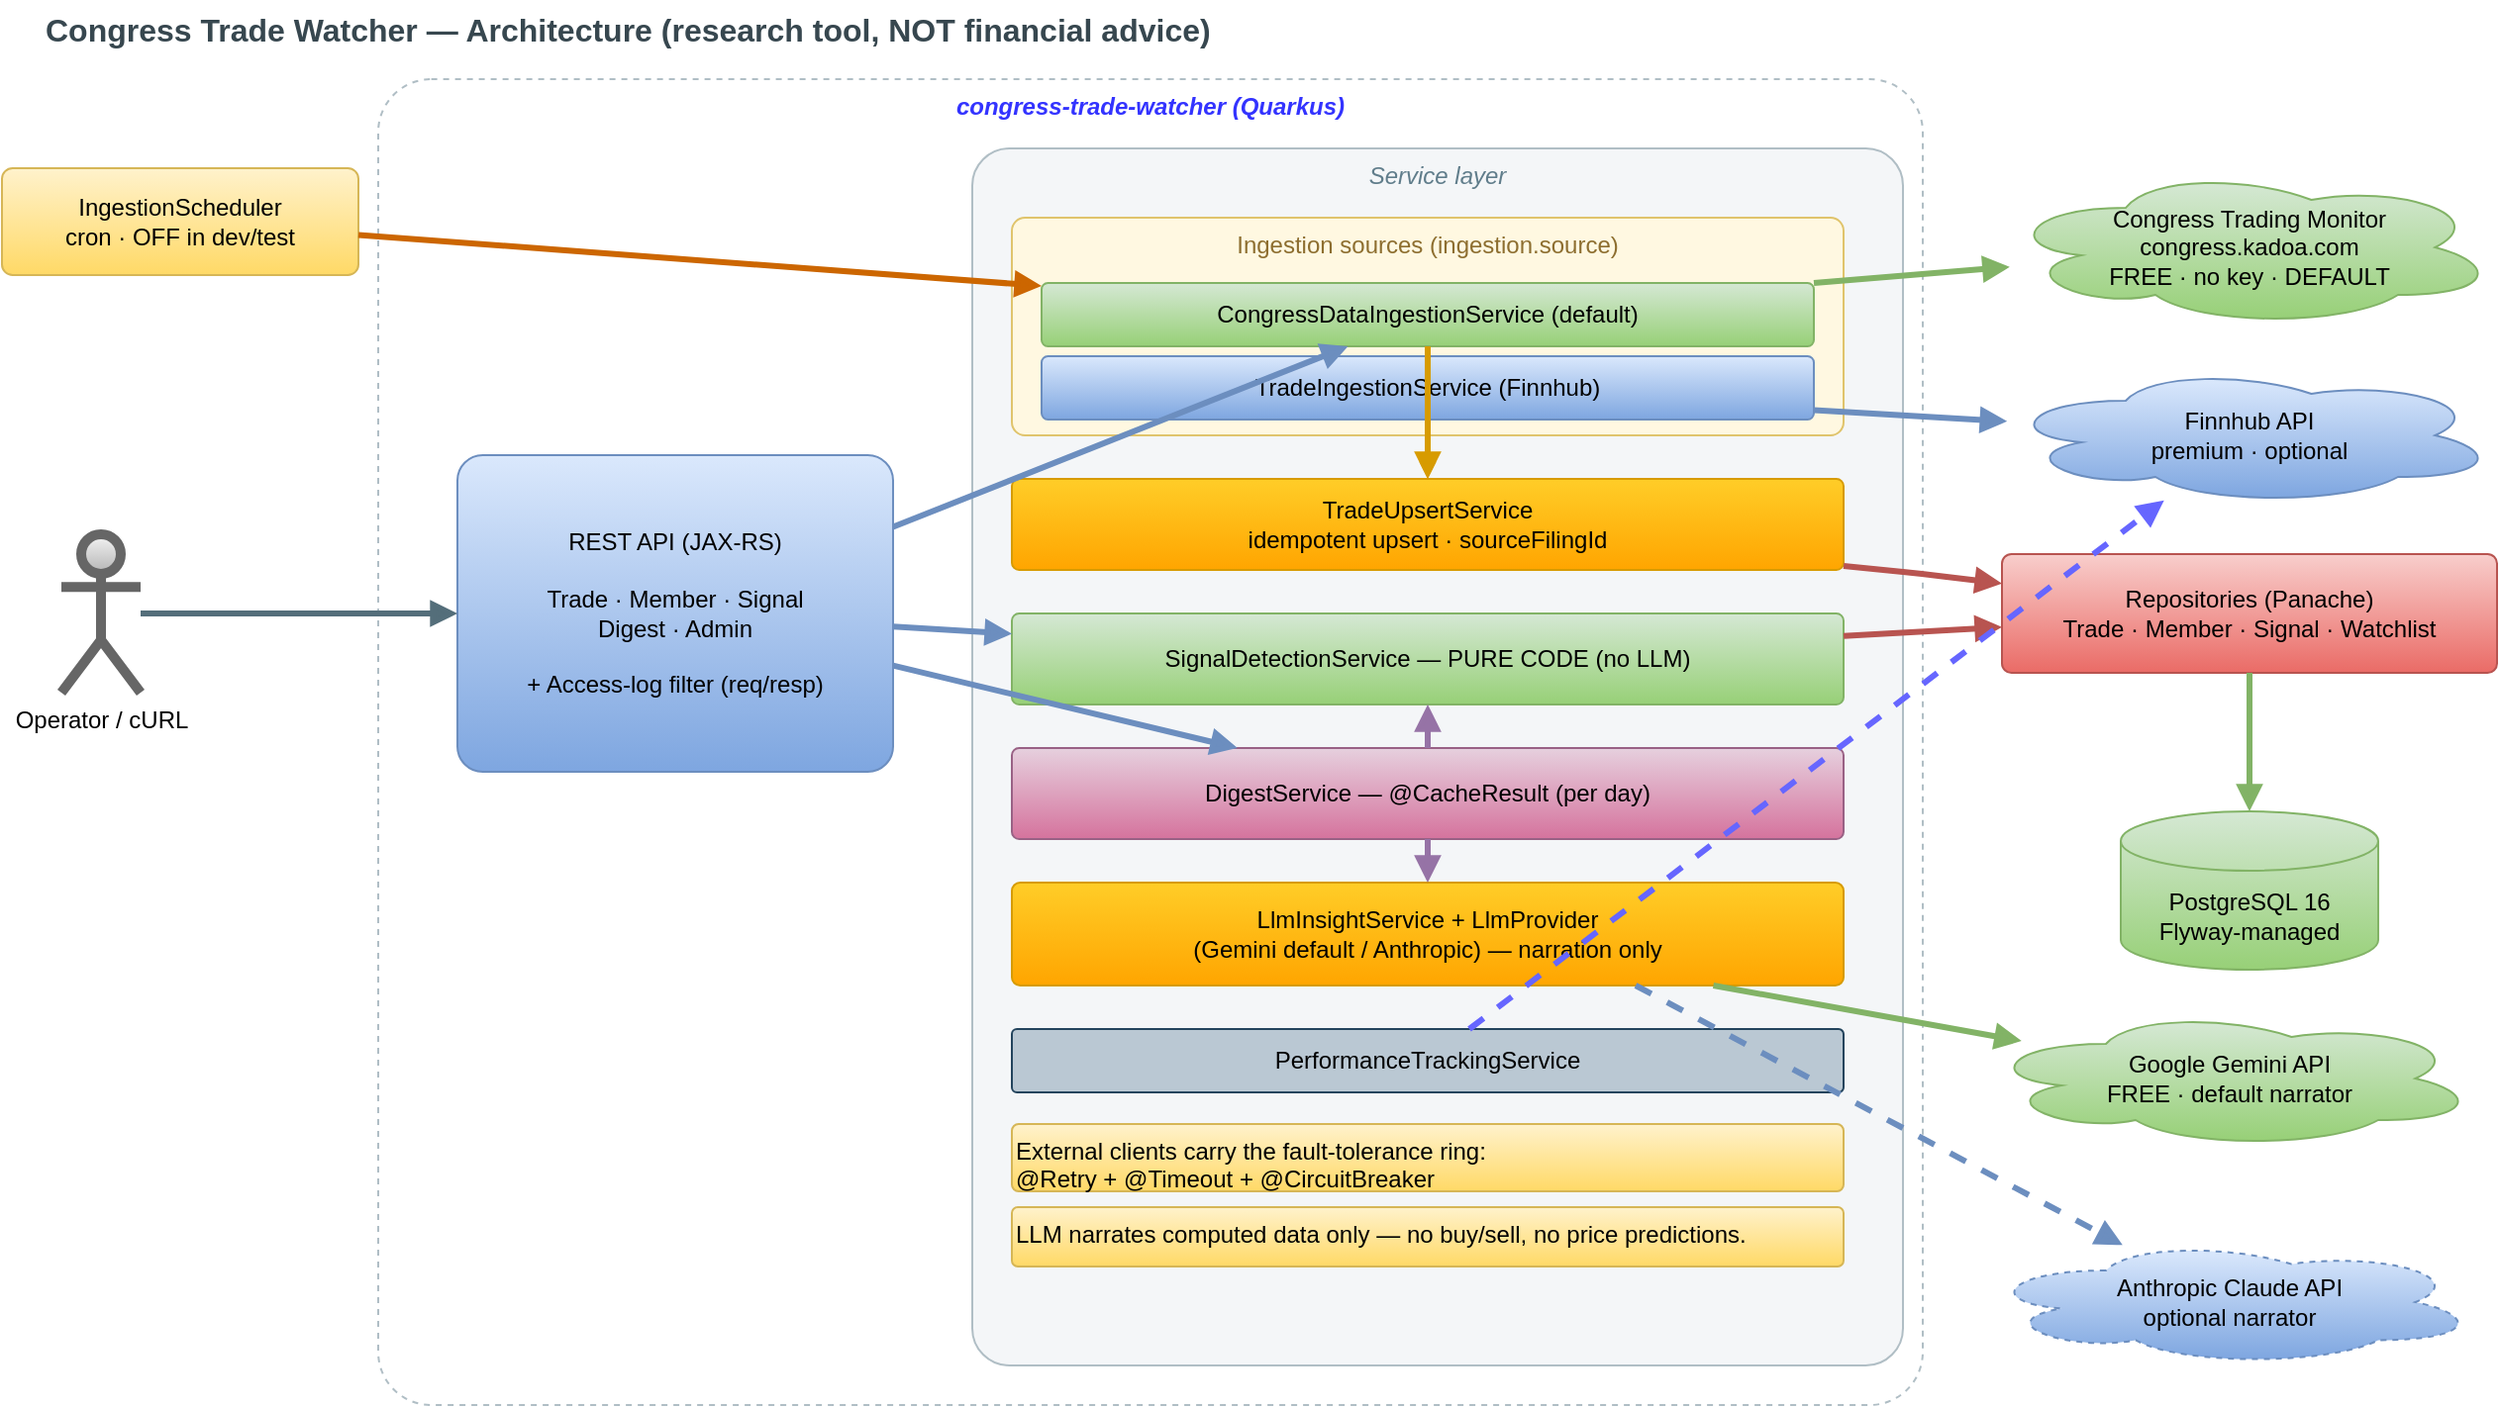
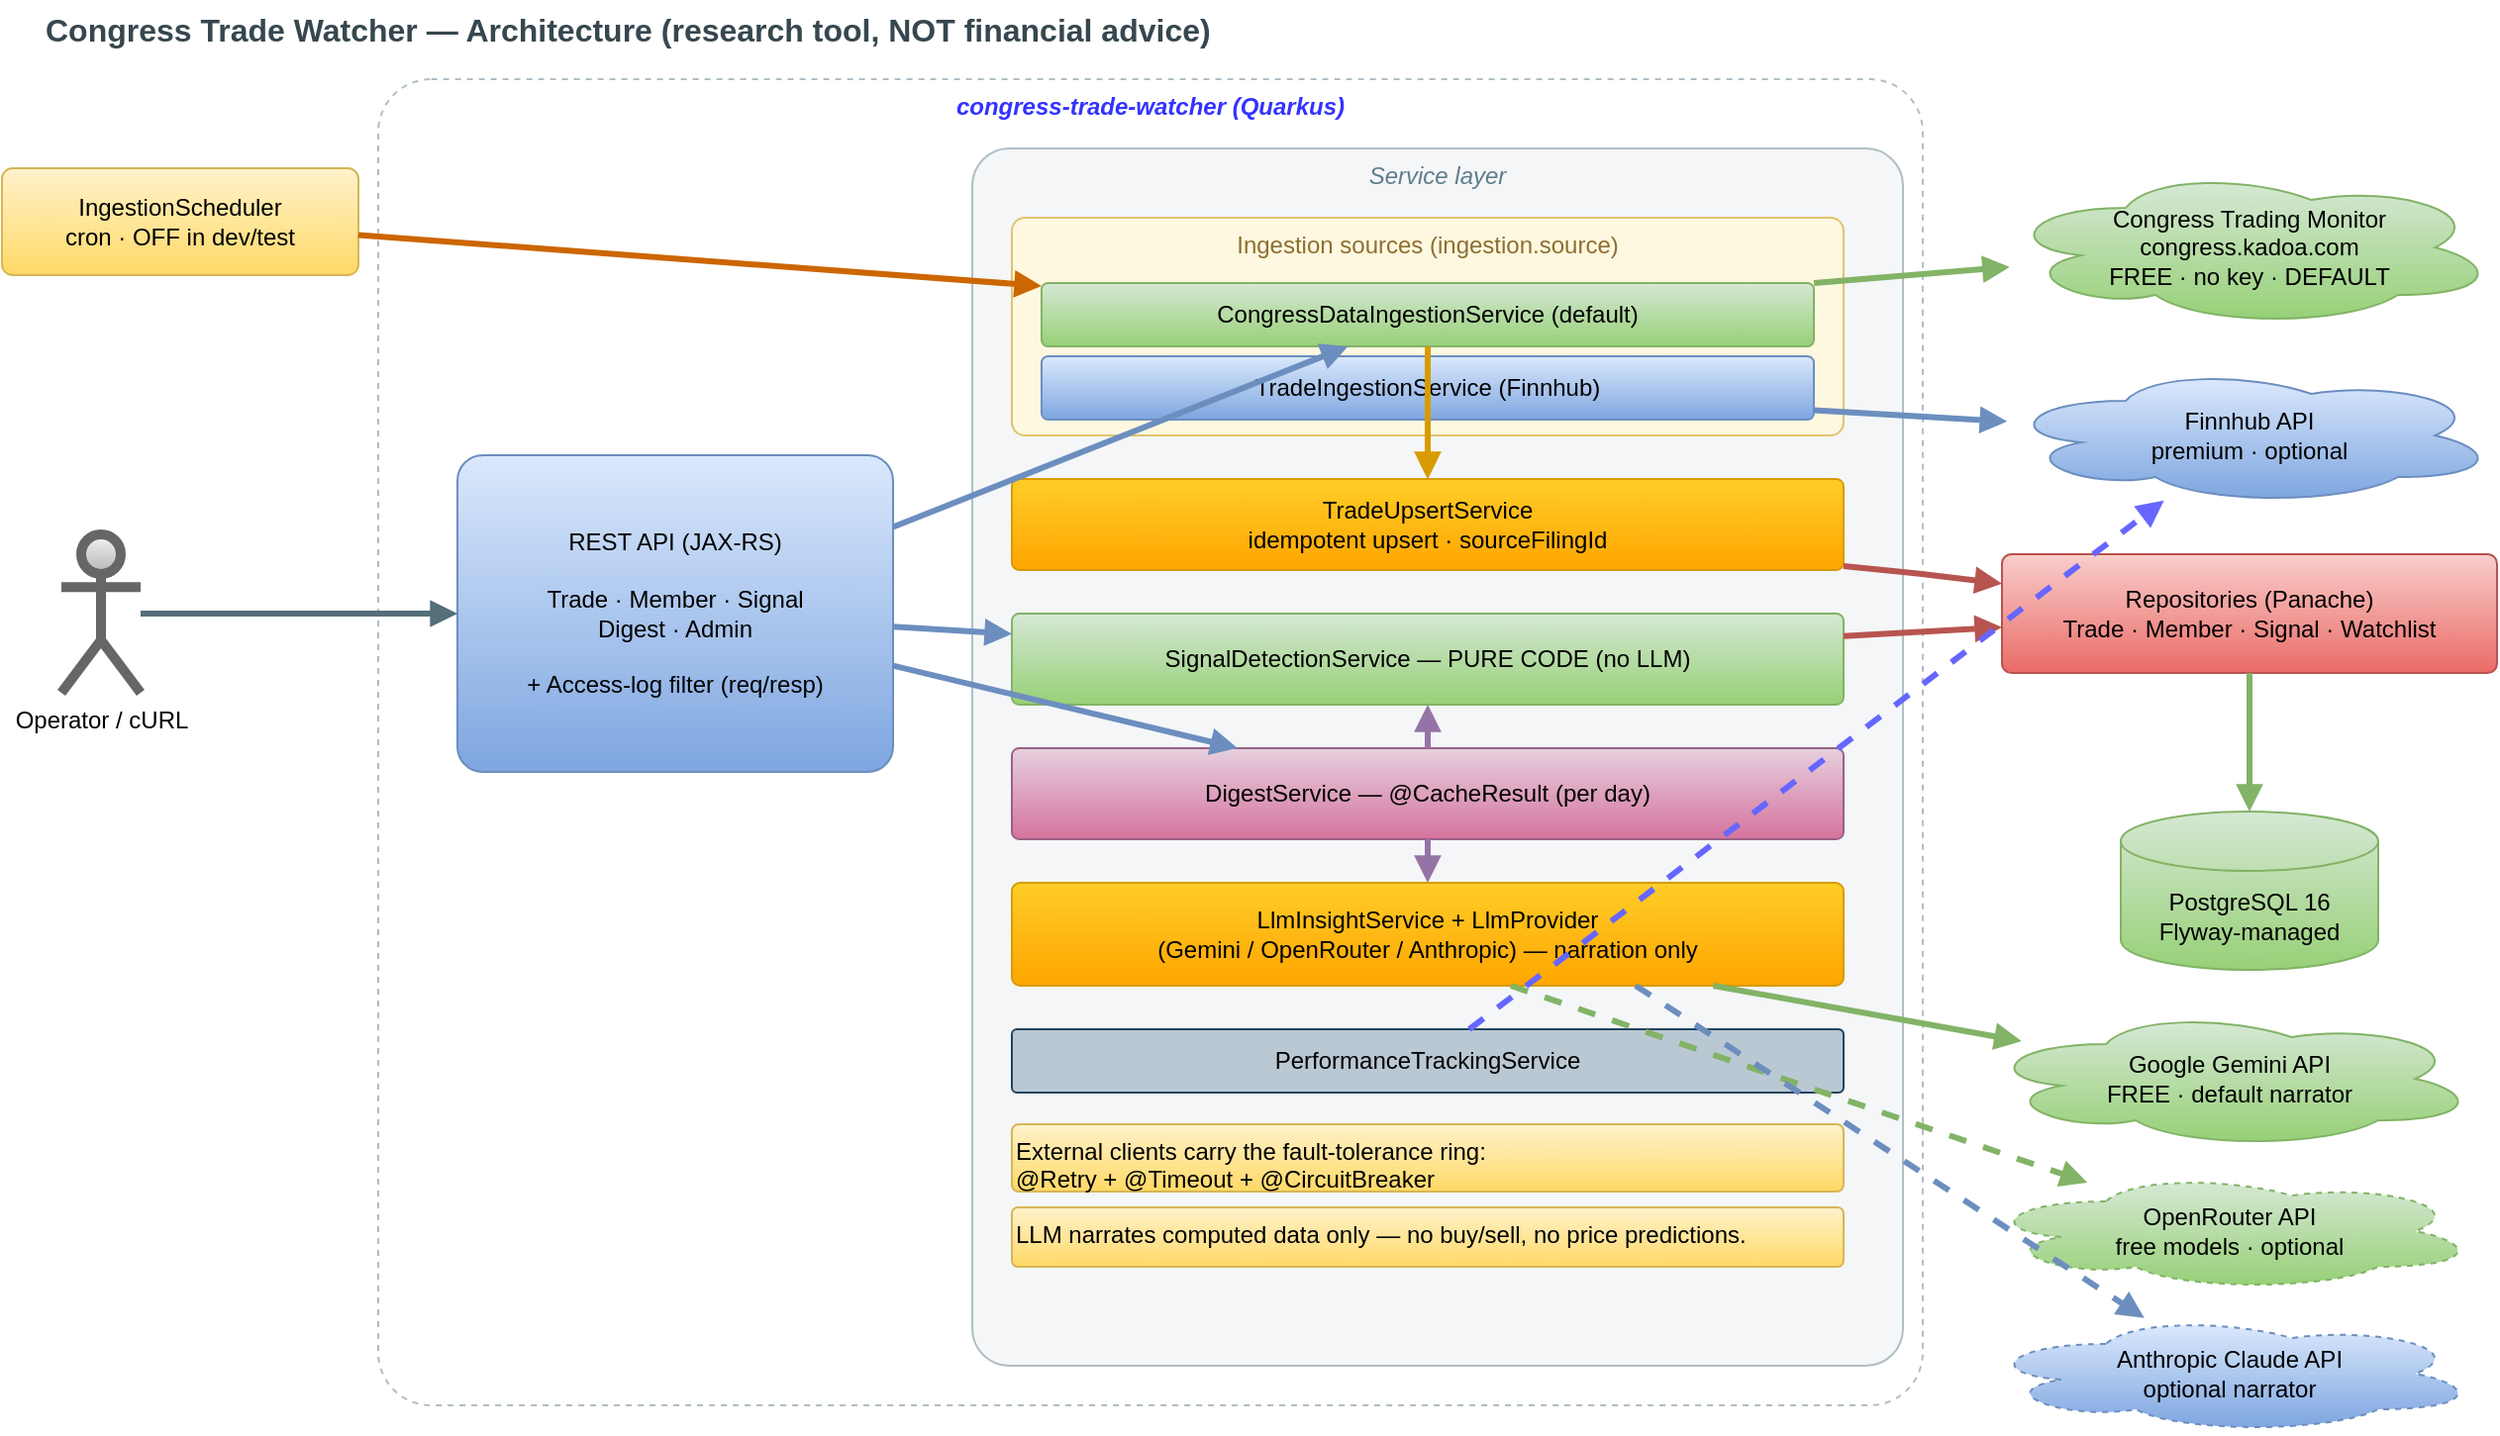
<mxfile host="Electron">
  <diagram id="cgtw-arch" name="Architecture">
    <mxGraphModel dx="1379" dy="850" grid="1" gridSize="10" guides="1" tooltips="1" connect="1" arrows="1" fold="1" page="1" pageScale="1" pageWidth="1340" pageHeight="760" math="0" shadow="0">
      <root>
        <mxCell id="0" />
        <mxCell id="1" parent="0" />
        <mxCell id="title" parent="1" style="text;html=1;fontSize=16;fontStyle=1;align=left;verticalAlign=middle;fontColor=#37474F;" value="Congress Trade Watcher — Architecture  (research tool, NOT financial advice)" vertex="1">
          <mxGeometry height="30" width="1000" x="40" y="20" as="geometry" />
        </mxCell>
        <mxCell id="appbox" parent="1" style="rounded=1;whiteSpace=wrap;html=1;verticalAlign=top;fillColor=none;strokeColor=#B0BEC5;dashed=1;fontColor=#607D8B;fontStyle=2;arcSize=4;" value="&lt;b&gt;&lt;font style=&quot;color: rgb(51, 51, 255);&quot;&gt;congress-trade-watcher (Quarkus)&lt;/font&gt;&lt;/b&gt;" vertex="1">
          <mxGeometry height="670" width="780" x="210" y="60" as="geometry" />
        </mxCell>
        <mxCell id="svcbox" parent="1" style="rounded=1;whiteSpace=wrap;html=1;verticalAlign=top;fillColor=#F4F6F8;strokeColor=#B0BEC5;fontColor=#607D8B;fontStyle=2;arcSize=4;" value="Service layer" vertex="1">
          <mxGeometry height="615" width="470" x="510" y="95" as="geometry" />
        </mxCell>
        <mxCell id="ingbox" parent="1" style="rounded=1;whiteSpace=wrap;html=1;verticalAlign=top;fillColor=#FFF8E1;strokeColor=#E0C46C;fontColor=#8D6E2F;arcSize=6;" value="Ingestion sources  (ingestion.source)" vertex="1">
          <mxGeometry height="110" width="420" x="530" y="130" as="geometry" />
        </mxCell>
        <mxCell id="user" parent="1" style="shape=umlActor;html=1;verticalLabelPosition=bottom;verticalAlign=top;strokeColor=#666666;fillColor=#f5f5f5;gradientColor=#b3b3b3;strokeWidth=5;" value="Operator / cURL" vertex="1">
          <mxGeometry height="80" width="40" x="50" y="290" as="geometry" />
        </mxCell>
        <mxCell id="scheduler" parent="1" style="rounded=1;whiteSpace=wrap;html=1;fillColor=#fff2cc;strokeColor=#d6b656;arcSize=10;gradientColor=#ffd966;" value="IngestionScheduler&#xa;cron · OFF in dev/test" vertex="1">
          <mxGeometry height="54" width="180" x="20" y="105" as="geometry" />
        </mxCell>
        <mxCell id="api" parent="1" style="rounded=1;whiteSpace=wrap;html=1;fillColor=#dae8fc;strokeColor=#6c8ebf;arcSize=8;gradientColor=#7ea6e0;" value="REST API (JAX-RS)&#xa;&#xa;Trade · Member · Signal&#xa;Digest · Admin&#xa;&#xa;+ Access-log filter (req/resp)" vertex="1">
          <mxGeometry height="160" width="220" x="250" y="250" as="geometry" />
        </mxCell>
        <mxCell id="cong" parent="1" style="rounded=1;whiteSpace=wrap;html=1;fillColor=#d5e8d4;strokeColor=#82b366;arcSize=10;gradientColor=#97d077;" value="CongressDataIngestionService  (default)" vertex="1">
          <mxGeometry height="32" width="390" x="545" y="163" as="geometry" />
        </mxCell>
        <mxCell id="finn" parent="1" style="rounded=1;whiteSpace=wrap;html=1;fillColor=#dae8fc;strokeColor=#6c8ebf;arcSize=10;gradientColor=#7ea6e0;" value="TradeIngestionService  (Finnhub)" vertex="1">
          <mxGeometry height="32" width="390" x="545" y="200" as="geometry" />
        </mxCell>
        <mxCell id="upsert" parent="1" style="rounded=1;whiteSpace=wrap;html=1;fillColor=#ffcd28;strokeColor=#d79b00;arcSize=8;gradientColor=#ffa500;" value="TradeUpsertService&#xa;idempotent upsert · sourceFilingId" vertex="1">
          <mxGeometry height="46" width="420" x="530" y="262" as="geometry" />
        </mxCell>
        <mxCell id="detect" parent="1" style="rounded=1;whiteSpace=wrap;html=1;fillColor=#d5e8d4;strokeColor=#82b366;arcSize=8;gradientColor=#97d077;" value="SignalDetectionService — PURE CODE (no LLM)" vertex="1">
          <mxGeometry height="46" width="420" x="530" y="330" as="geometry" />
        </mxCell>
        <mxCell id="digest" parent="1" style="rounded=1;whiteSpace=wrap;html=1;fillColor=#e6d0de;strokeColor=#996185;arcSize=8;gradientColor=#d5739d;" value="DigestService — @CacheResult (per day)" vertex="1">
          <mxGeometry height="46" width="420" x="530" y="398" as="geometry" />
        </mxCell>
-         <mxCell id="llm" parent="1" style="rounded=1;whiteSpace=wrap;html=1;fillColor=#ffcd28;strokeColor=#d79b00;arcSize=8;gradientColor=#ffa500;" value="LlmInsightService + LlmProvider&#xa;(Gemini default / Anthropic) — narration only" vertex="1">
+         <mxCell id="llm" parent="1" style="rounded=1;whiteSpace=wrap;html=1;fillColor=#ffcd28;strokeColor=#d79b00;arcSize=8;gradientColor=#ffa500;" value="LlmInsightService + LlmProvider&#xa;(Gemini / OpenRouter / Anthropic) — narration only" vertex="1">
          <mxGeometry height="52" width="420" x="530" y="466" as="geometry" />
        </mxCell>
        <mxCell id="perf" parent="1" style="rounded=1;whiteSpace=wrap;html=1;fillColor=#bac8d3;strokeColor=#23445d;arcSize=8;" value="PerformanceTrackingService" vertex="1">
          <mxGeometry height="32" width="420" x="530" y="540" as="geometry" />
        </mxCell>
        <mxCell id="congress" parent="1" style="ellipse;shape=cloud;whiteSpace=wrap;html=1;fillColor=#d5e8d4;strokeColor=#82b366;gradientColor=#97d077;" value="Congress Trading Monitor&#xa;congress.kadoa.com&#xa;FREE · no key · DEFAULT" vertex="1">
          <mxGeometry height="80" width="250" x="1030" y="105" as="geometry" />
        </mxCell>
        <mxCell id="finnhub" parent="1" style="ellipse;shape=cloud;whiteSpace=wrap;html=1;fillColor=#dae8fc;strokeColor=#6c8ebf;gradientColor=#7ea6e0;" value="Finnhub API&#xa;premium · optional" vertex="1">
          <mxGeometry height="70" width="250" x="1030" y="205" as="geometry" />
        </mxCell>
        <mxCell id="gemini" parent="1" style="ellipse;shape=cloud;whiteSpace=wrap;html=1;fillColor=#d5e8d4;strokeColor=#82b366;gradientColor=#97d077;" value="Google Gemini API&#xa;FREE · default narrator" vertex="1">
          <mxGeometry height="70" width="250" x="1020" y="530" as="geometry" />
        </mxCell>
+         <mxCell id="openrouter" parent="1" style="ellipse;shape=cloud;whiteSpace=wrap;html=1;fillColor=#d5e8d4;strokeColor=#82b366;dashed=1;gradientColor=#97d077;" value="OpenRouter API&#xa;free models · optional" vertex="1">
+           <mxGeometry height="60" width="250" x="1020" y="612" as="geometry" />
+         </mxCell>
        <mxCell id="anthropic" parent="1" style="ellipse;shape=cloud;whiteSpace=wrap;html=1;fillColor=#dae8fc;strokeColor=#6c8ebf;dashed=1;gradientColor=#7ea6e0;" value="Anthropic Claude API&#xa;optional narrator" vertex="1">
-           <mxGeometry height="64" width="250" x="1020" y="646" as="geometry" />
+           <mxGeometry height="60" width="250" x="1020" y="684" as="geometry" />
        </mxCell>
        <mxCell id="repos" parent="1" style="rounded=1;whiteSpace=wrap;html=1;fillColor=#f8cecc;strokeColor=#b85450;arcSize=8;gradientColor=#ea6b66;" value="Repositories (Panache)&#xa;Trade · Member · Signal · Watchlist" vertex="1">
          <mxGeometry height="60" width="250" x="1030" y="300" as="geometry" />
        </mxCell>
        <mxCell id="pg" parent="1" style="shape=cylinder3;whiteSpace=wrap;html=1;boundedLbl=1;backgroundOutline=1;fillColor=#d5e8d4;strokeColor=#82b366;gradientColor=#97d077;" value="PostgreSQL 16&#xa;Flyway-managed" vertex="1">
          <mxGeometry height="80" width="130" x="1090" y="430" as="geometry" />
        </mxCell>
        <mxCell id="ftnote" parent="1" style="text;html=1;align=left;fillColor=#fff2cc;strokeColor=#d6b656;rounded=1;arcSize=10;gradientColor=#ffd966;" value="External clients carry the fault-tolerance ring:&amp;nbsp;&lt;div&gt;@Retry + @Timeout + @CircuitBreaker&lt;/div&gt;" vertex="1">
          <mxGeometry height="34" width="420" x="530" y="588" as="geometry" />
        </mxCell>
        <mxCell id="llmnote" parent="1" style="text;html=1;align=left;fillColor=#fff2cc;strokeColor=#d6b656;rounded=1;arcSize=10;gradientColor=#ffd966;" value="LLM narrates computed data only — no buy/sell, no price predictions." vertex="1">
          <mxGeometry height="30" width="420" x="530" y="630" as="geometry" />
        </mxCell>
        <mxCell id="e1" edge="1" parent="1" source="user" style="endArrow=block;html=1;strokeColor=#546E7A;rounded=1;strokeWidth=3;" target="api">
          <mxGeometry relative="1" as="geometry" />
        </mxCell>
        <mxCell id="e2" edge="1" parent="1" source="scheduler" style="endArrow=block;html=1;strokeColor=#CC6600;rounded=1;strokeWidth=3;" target="cong">
          <mxGeometry relative="1" as="geometry" />
        </mxCell>
        <mxCell id="e3" edge="1" parent="1" source="api" style="endArrow=block;html=1;strokeColor=#6C8EBF;rounded=1;strokeWidth=3;" target="cong">
          <mxGeometry relative="1" as="geometry" />
        </mxCell>
        <mxCell id="e4" edge="1" parent="1" source="api" style="endArrow=block;html=1;strokeColor=#6C8EBF;rounded=1;strokeWidth=3;" target="detect">
          <mxGeometry relative="1" as="geometry" />
        </mxCell>
        <mxCell id="e5" edge="1" parent="1" source="api" style="endArrow=block;html=1;strokeColor=#6C8EBF;rounded=1;strokeWidth=3;" target="digest">
          <mxGeometry relative="1" as="geometry" />
        </mxCell>
        <mxCell id="e6" edge="1" parent="1" source="cong" style="endArrow=block;html=1;strokeColor=#82B366;rounded=1;strokeWidth=3;" target="congress">
          <mxGeometry relative="1" as="geometry" />
        </mxCell>
        <mxCell id="e7" edge="1" parent="1" source="finn" style="endArrow=block;html=1;strokeColor=#6C8EBF;rounded=1;strokeWidth=3;" target="finnhub">
          <mxGeometry relative="1" as="geometry" />
        </mxCell>
        <mxCell id="e8" edge="1" parent="1" source="cong" style="endArrow=block;html=1;strokeColor=#D79B00;rounded=1;strokeWidth=3;" target="upsert">
          <mxGeometry relative="1" as="geometry" />
        </mxCell>
        <mxCell id="e9" edge="1" parent="1" source="finn" style="endArrow=block;html=1;strokeColor=#D79B00;rounded=1;" target="upsert">
          <mxGeometry relative="1" as="geometry" />
        </mxCell>
        <mxCell id="e10" edge="1" parent="1" source="upsert" style="endArrow=block;html=1;strokeColor=#B85450;rounded=1;strokeWidth=3;" target="repos">
          <mxGeometry relative="1" as="geometry">
            <Array as="points">
              <mxPoint x="990" y="310" />
            </Array>
          </mxGeometry>
        </mxCell>
        <mxCell id="e11" edge="1" parent="1" source="digest" style="endArrow=block;html=1;strokeColor=#9673A6;rounded=1;strokeWidth=3;" target="detect">
          <mxGeometry relative="1" as="geometry" />
        </mxCell>
        <mxCell id="e12" edge="1" parent="1" source="digest" style="endArrow=block;html=1;strokeColor=#9673A6;rounded=1;strokeWidth=3;" target="llm">
          <mxGeometry relative="1" as="geometry" />
        </mxCell>
        <mxCell id="e13" edge="1" parent="1" source="llm" style="endArrow=block;html=1;strokeColor=#82B366;rounded=1;strokeWidth=3;" target="gemini">
          <mxGeometry relative="1" as="geometry" />
        </mxCell>
+         <mxCell id="e13b" edge="1" parent="1" source="llm" style="endArrow=block;html=1;strokeColor=#82B366;rounded=1;dashed=1;strokeWidth=3;exitX=0.6;exitY=1;exitDx=0;exitDy=0;" target="openrouter">
+           <mxGeometry relative="1" as="geometry" />
+         </mxCell>
        <mxCell id="e14" edge="1" parent="1" source="llm" style="endArrow=block;html=1;strokeColor=#6C8EBF;rounded=1;dashed=1;strokeWidth=3;exitX=0.75;exitY=1;exitDx=0;exitDy=0;" target="anthropic">
          <mxGeometry relative="1" as="geometry" />
        </mxCell>
        <mxCell id="e15" edge="1" parent="1" source="detect" style="endArrow=block;html=1;strokeColor=#B85450;rounded=1;strokeWidth=3;" target="repos">
          <mxGeometry relative="1" as="geometry" />
        </mxCell>
        <mxCell id="e16" edge="1" parent="1" source="repos" style="endArrow=block;html=1;strokeColor=#82B366;rounded=1;strokeWidth=3;" target="pg">
          <mxGeometry relative="1" as="geometry" />
        </mxCell>
        <mxCell id="e17" edge="1" parent="1" source="perf" style="endArrow=block;html=1;strokeColor=#6666FF;rounded=1;dashed=1;strokeWidth=3;" target="finnhub">
          <mxGeometry relative="1" as="geometry" />
        </mxCell>
      </root>
    </mxGraphModel>
  </diagram>
</mxfile>
